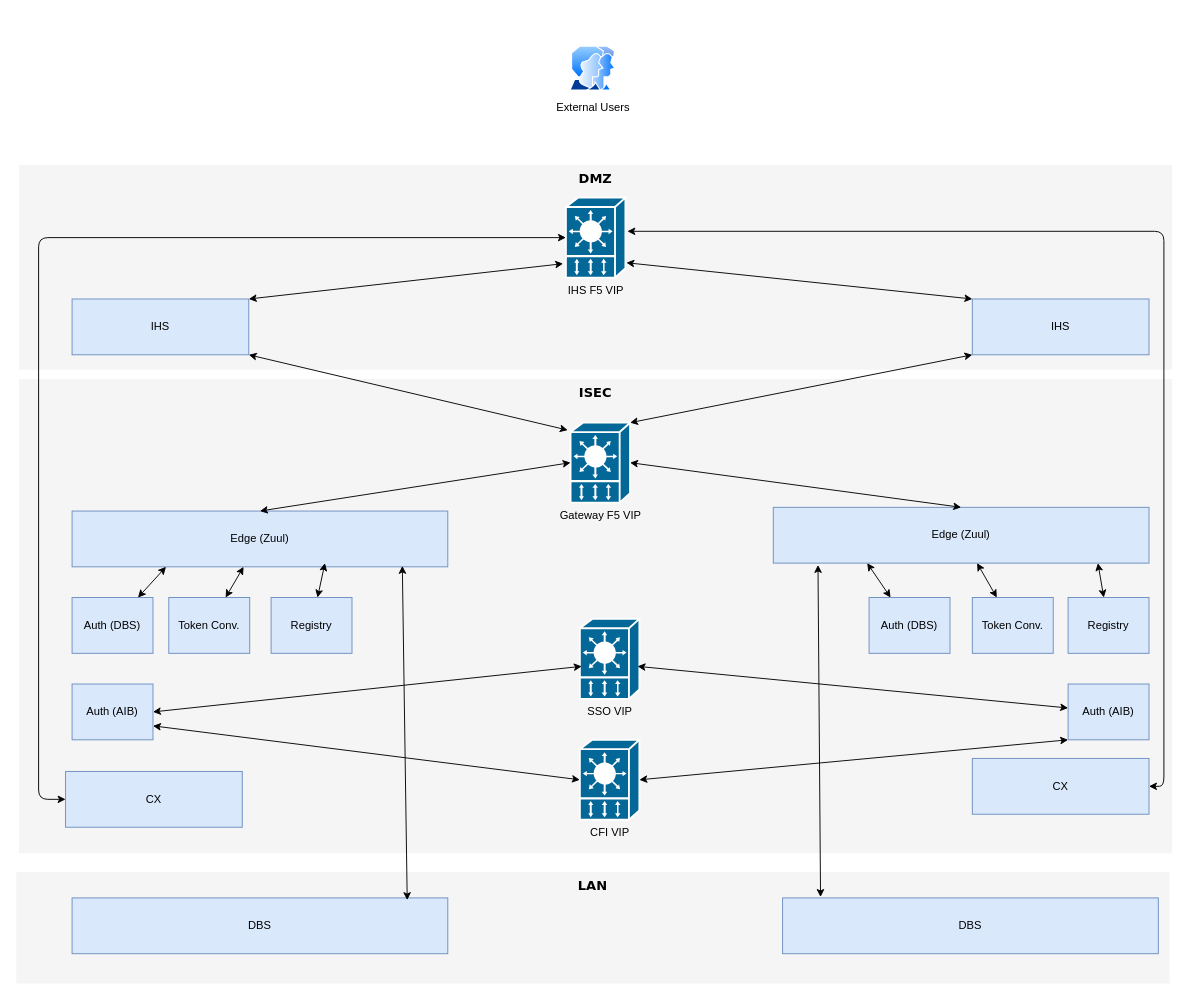
Before: src/main/resources/topology-major-release.drawio in hughrossdublin/cardsproxy, a draw.io diagram. Source tidied: cells renumbered, new cells numbered last; positions are measured from the earlier drawing's top-left corner, leaving out a move shared by most shapes. Both pictures are drawn from the tidied source at 93%, with x=0, y=0 at pixel (16, 46).
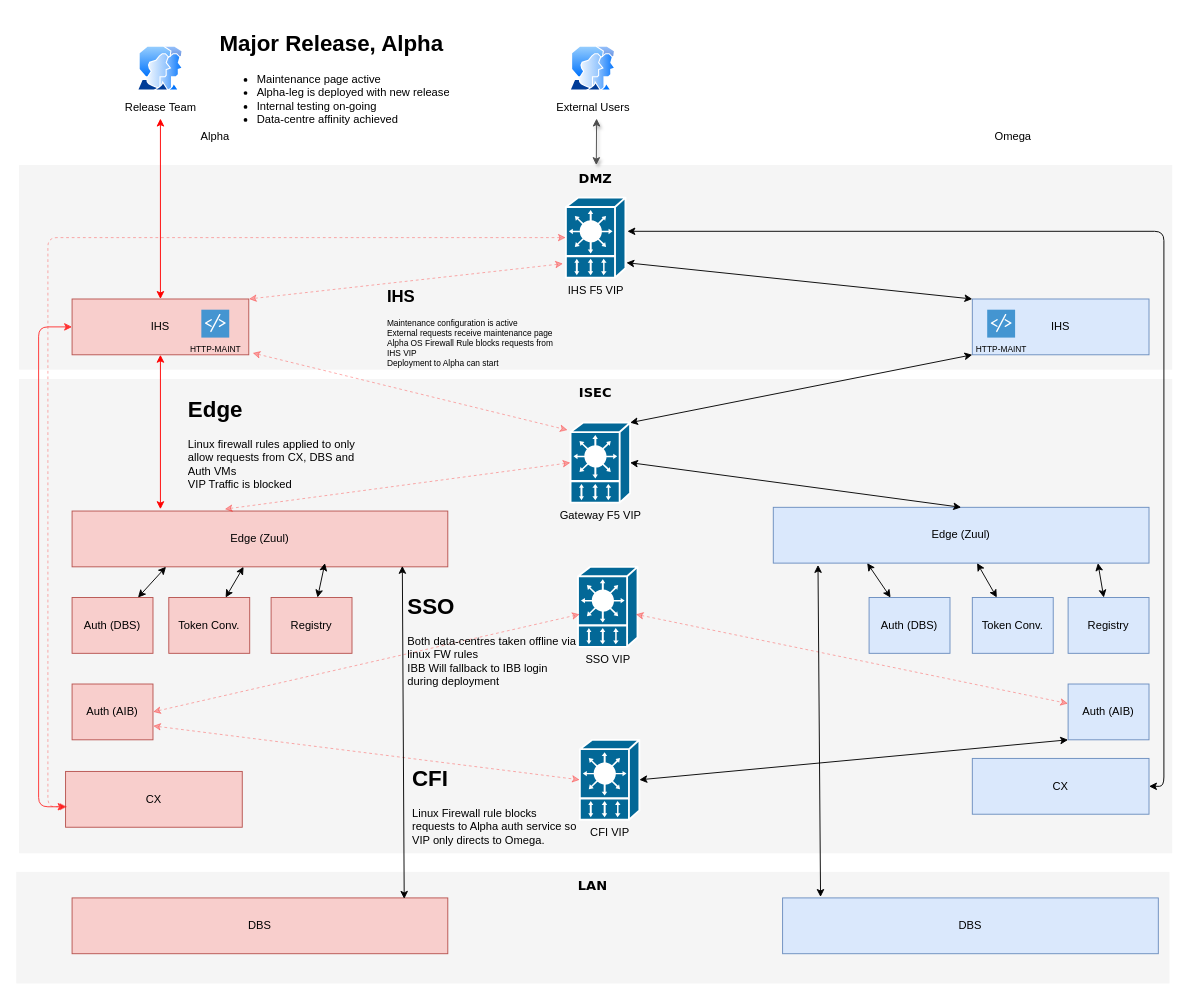
Above is the later version.

Unchanged cells that the change refers to:
```xml
<mxCell id="3" value="DMZ" style="whiteSpace=wrap;html=1;rounded=0;shadow=0;comic=0;strokeWidth=1;fontFamily=Verdana;fontSize=14;fillColor=#f5f5f5;strokeColor=none;verticalAlign=top;fontStyle=1;" parent="1" vertex="1">
  <mxGeometry x="3" y="128" width="1240" height="220" as="geometry" />
</mxCell>
<mxCell id="4" value="IHS F5 VIP" style="shape=mxgraph.cisco.misc.vip;html=1;dashed=0;fillColor=#036897;strokeColor=#ffffff;strokeWidth=2;verticalLabelPosition=bottom;verticalAlign=top;" parent="1" vertex="1">
  <mxGeometry x="591" y="163" width="64" height="86" as="geometry" />
</mxCell>
<mxCell id="11" value="Gateway F5 VIP" style="shape=mxgraph.cisco.misc.vip;html=1;dashed=0;fillColor=#036897;strokeColor=#ffffff;strokeWidth=2;verticalLabelPosition=bottom;verticalAlign=top;" parent="1" vertex="1">
  <mxGeometry x="596" y="405" width="64" height="86" as="geometry" />
</mxCell>
<mxCell id="33" value="Auth (AIB)" style="rounded=0;whiteSpace=wrap;html=1;fillColor=#dae8fc;strokeColor=#6c8ebf;" parent="1" vertex="1">
  <mxGeometry x="1131" y="686" width="87" height="60" as="geometry" />
</mxCell>
<mxCell id="37" value="CFI VIP" style="shape=mxgraph.cisco.misc.vip;html=1;dashed=0;fillColor=#036897;strokeColor=#ffffff;strokeWidth=2;verticalLabelPosition=bottom;verticalAlign=top;" parent="1" vertex="1">
  <mxGeometry x="606" y="746" width="64" height="86" as="geometry" />
</mxCell>
```

Diff of the diagram source:
```diff
@@
-    <mxCell id="6" value="IHS" style="rounded=0;whiteSpace=wrap;html=1;fillColor=#dae8fc;strokeColor=#6c8ebf;" parent="1" vertex="1">
+    <mxCell id="6" value="IHS" style="rounded=0;whiteSpace=wrap;html=1;fillColor=#f8cecc;strokeColor=#b85450;" parent="1" vertex="1">
       <mxGeometry x="60" y="272" width="190" height="60" as="geometry" />
     </mxCell>
@@
-    <mxCell id="9" value="Edge (Zuul)" style="rounded=0;whiteSpace=wrap;html=1;strokeColor=#6c8ebf;fillColor=#dae8fc;" parent="1" vertex="1">
+    <mxCell id="9" value="Edge (Zuul)" style="rounded=0;whiteSpace=wrap;html=1;strokeColor=#b85450;fillColor=#f8cecc;" parent="1" vertex="1">
       <mxGeometry x="60" y="500" width="404" height="60" as="geometry" />
     </mxCell>
@@
-    <mxCell id="12" value="CX" style="rounded=0;whiteSpace=wrap;html=1;fillColor=#dae8fc;strokeColor=#6c8ebf;" parent="1" vertex="1">
+    <mxCell id="12" value="CX" style="rounded=0;whiteSpace=wrap;html=1;fillColor=#f8cecc;strokeColor=#b85450;" parent="1" vertex="1">
       <mxGeometry x="53" y="780" width="190" height="60" as="geometry" />
     </mxCell>
@@
-    <mxCell id="14" value="Auth (DBS)" style="rounded=0;whiteSpace=wrap;html=1;fillColor=#dae8fc;strokeColor=#6c8ebf;" parent="1" vertex="1">
+    <mxCell id="14" value="Auth (DBS)" style="rounded=0;whiteSpace=wrap;html=1;fillColor=#f8cecc;strokeColor=#b85450;" parent="1" vertex="1">
       <mxGeometry x="60" y="593" width="87" height="60" as="geometry" />
     </mxCell>
@@
     <mxCell id="16" value="SSO VIP" style="shape=mxgraph.cisco.misc.vip;html=1;dashed=0;fillColor=#036897;strokeColor=#ffffff;strokeWidth=2;verticalLabelPosition=bottom;verticalAlign=top;" parent="1" vertex="1">
-      <mxGeometry x="606" y="616" width="64" height="86" as="geometry" />
+      <mxGeometry x="604" y="560" width="64" height="86" as="geometry" />
     </mxCell>
@@
-    <mxCell id="18" style="endArrow=classic;startArrow=classic;html=1;entryX=1;entryY=0;entryDx=0;entryDy=0;exitX=-0.047;exitY=0.826;exitDx=0;exitDy=0;exitPerimeter=0;" parent="1" edge="1" source="4" target="6">
+    <mxCell id="18" style="endArrow=classic;startArrow=classic;html=1;entryX=1;entryY=0;entryDx=0;entryDy=0;exitX=-0.047;exitY=0.826;exitDx=0;exitDy=0;exitPerimeter=0;shadow=0;dashed=1;strokeColor=#FF0000;opacity=35;" parent="1" edge="1" source="4" target="6">
       <mxGeometry relative="1" as="geometry" />
     </mxCell>
-    <mxCell id="19" style="endArrow=classic;startArrow=classic;html=1;entryX=1;entryY=1;entryDx=0;entryDy=0;exitX=-0.047;exitY=0.093;exitDx=0;exitDy=0;exitPerimeter=0;" parent="1" edge="1" source="11" target="6">
-      <mxGeometry relative="1" as="geometry" />
-    </mxCell>
@@
-    <mxCell id="21" style="endArrow=classic;startArrow=classic;html=1;entryX=0;entryY=0.5;entryDx=0;entryDy=0;entryPerimeter=0;exitX=0.5;exitY=0;exitDx=0;exitDy=0;" parent="1" edge="1" source="9" target="11">
-      <mxGeometry relative="1" as="geometry" />
-    </mxCell>
@@
-    <mxCell id="24" value="Token Conv." style="rounded=0;whiteSpace=wrap;html=1;fillColor=#dae8fc;strokeColor=#6c8ebf;" parent="1" vertex="1">
+    <mxCell id="24" value="Token Conv." style="rounded=0;whiteSpace=wrap;html=1;fillColor=#f8cecc;strokeColor=#b85450;" parent="1" vertex="1">
       <mxGeometry x="164" y="593" width="87" height="60" as="geometry" />
     </mxCell>
@@
-    <mxCell id="26" value="Registry" style="rounded=0;whiteSpace=wrap;html=1;fillColor=#dae8fc;strokeColor=#6c8ebf;" parent="1" vertex="1">
+    <mxCell id="26" value="Registry" style="rounded=0;whiteSpace=wrap;html=1;fillColor=#f8cecc;strokeColor=#b85450;" parent="1" vertex="1">
       <mxGeometry x="274" y="593" width="87" height="60" as="geometry" />
     </mxCell>
@@
-    <mxCell id="34" value="Auth (AIB)" style="rounded=0;whiteSpace=wrap;html=1;fillColor=#dae8fc;strokeColor=#6c8ebf;" parent="1" vertex="1">
+    <mxCell id="34" value="Auth (AIB)" style="rounded=0;whiteSpace=wrap;html=1;fillColor=#f8cecc;strokeColor=#b85450;" parent="1" vertex="1">
       <mxGeometry x="60" y="686" width="87" height="60" as="geometry" />
     </mxCell>
-    <mxCell id="35" style="endArrow=classic;startArrow=classic;html=1;exitX=1;exitY=0.5;exitDx=0;exitDy=0;entryX=0.031;entryY=0.593;entryDx=0;entryDy=0;entryPerimeter=0;" parent="1" edge="1" source="34" target="16">
+    <mxCell id="35" style="endArrow=classic;startArrow=classic;html=1;exitX=1;exitY=0.5;exitDx=0;exitDy=0;entryX=0.031;entryY=0.593;entryDx=0;entryDy=0;entryPerimeter=0;shadow=0;dashed=1;strokeColor=#FF0000;opacity=35;" parent="1" edge="1" source="34" target="16">
       <mxGeometry relative="1" as="geometry" />
     </mxCell>
-    <mxCell id="36" style="endArrow=classic;startArrow=classic;html=1;exitX=0.969;exitY=0.593;exitDx=0;exitDy=0;exitPerimeter=0;" parent="1" edge="1" source="16" target="33">
+    <mxCell id="36" style="endArrow=classic;startArrow=classic;html=1;exitX=0.969;exitY=0.593;exitDx=0;exitDy=0;exitPerimeter=0;shadow=0;dashed=1;strokeColor=#FF0000;opacity=35;" parent="1" edge="1" source="16" target="33">
       <mxGeometry relative="1" as="geometry" />
     </mxCell>
@@
-    <mxCell id="38" style="endArrow=classic;startArrow=classic;html=1;exitX=0;exitY=0.5;exitDx=0;exitDy=0;edgeStyle=orthogonalEdgeStyle;entryX=0;entryY=0.5;entryDx=0;entryDy=0;entryPerimeter=0;" parent="1" edge="1" source="12" target="4">
-      <mxGeometry relative="1" as="geometry">
-        <Array as="points">
-          <mxPoint x="24" y="810" />
-          <mxPoint x="24" y="206" />
-        </Array>
-      </mxGeometry>
-    </mxCell>
@@
-    <mxCell id="40" style="endArrow=classic;startArrow=classic;html=1;exitX=1;exitY=0.75;exitDx=0;exitDy=0;entryX=0;entryY=0.5;entryDx=0;entryDy=0;entryPerimeter=0;" parent="1" edge="1" source="34" target="37">
+    <mxCell id="40" style="endArrow=classic;startArrow=classic;html=1;exitX=1;exitY=0.75;exitDx=0;exitDy=0;entryX=0;entryY=0.5;entryDx=0;entryDy=0;entryPerimeter=0;shadow=0;dashed=1;strokeColor=#FF0000;opacity=35;" parent="1" edge="1" source="34" target="37">
       <mxGeometry relative="1" as="geometry" />
     </mxCell>
-    <mxCell id="41" value="DBS" style="rounded=0;whiteSpace=wrap;html=1;fillColor=#dae8fc;strokeColor=#6c8ebf;" parent="1" vertex="1">
+    <mxCell id="41" value="DBS" style="rounded=0;whiteSpace=wrap;html=1;fillColor=#f8cecc;strokeColor=#b85450;" parent="1" vertex="1">
       <mxGeometry x="60" y="916" width="404" height="60" as="geometry" />
     </mxCell>
@@
-    <mxCell id="44" style="endArrow=classic;startArrow=classic;html=1;entryX=0.879;entryY=0.983;entryDx=0;entryDy=0;entryPerimeter=0;exitX=0.892;exitY=0.039;exitDx=0;exitDy=0;exitPerimeter=0;" parent="1" edge="1" source="41" target="9">
+    <mxCell id="44" style="endArrow=classic;startArrow=classic;html=1;entryX=0.879;entryY=0.983;entryDx=0;entryDy=0;entryPerimeter=0;exitX=0.884;exitY=0.017;exitDx=0;exitDy=0;exitPerimeter=0;" parent="1" edge="1" source="41" target="9">
       <mxGeometry relative="1" as="geometry" />
     </mxCell>
@@
+    <mxCell id="46" style="endArrow=classic;startArrow=classic;html=1;entryX=0.5;entryY=1;entryDx=0;entryDy=0;strokeColor=#FF0000;" parent="1" edge="1" target="6">
+      <mxGeometry relative="1" as="geometry">
+        <mxPoint x="155" y="498" as="sourcePoint" />
+      </mxGeometry>
+    </mxCell>
+    <mxCell id="47" style="endArrow=classic;startArrow=classic;html=1;exitX=0;exitY=0.5;exitDx=0;exitDy=0;edgeStyle=orthogonalEdgeStyle;strokeColor=#FF3333;" parent="1" edge="1" source="6">
+      <mxGeometry relative="1" as="geometry">
+        <mxPoint x="53" y="818" as="targetPoint" />
+        <Array as="points">
+          <mxPoint x="24" y="302" />
+          <mxPoint x="24" y="818" />
+          <mxPoint x="53" y="818" />
+        </Array>
+      </mxGeometry>
+    </mxCell>
+    <mxCell id="48" value="&lt;h1&gt;&lt;span&gt;Major Release, Alpha&lt;/span&gt;&lt;br&gt;&lt;/h1&gt;&lt;div&gt;&lt;ul&gt;&lt;li&gt;Maintenance page active&lt;/li&gt;&lt;li&gt;Alpha-leg is deployed with new release&lt;/li&gt;&lt;li&gt;Internal testing on-going&lt;/li&gt;&lt;li&gt;Data-centre affinity achieved&lt;/li&gt;&lt;/ul&gt;&lt;/div&gt;" style="text;html=1;strokeColor=none;fillColor=none;spacing=5;spacingTop=-20;whiteSpace=wrap;overflow=hidden;rounded=0;" parent="1" vertex="1">
+      <mxGeometry x="214" y="-22" width="300" height="120" as="geometry" />
+    </mxCell>
+    <mxCell id="49" value="Alpha" style="text;html=1;strokeColor=none;fillColor=none;align=center;verticalAlign=middle;whiteSpace=wrap;rounded=0;" parent="1" vertex="1">
+      <mxGeometry x="194" y="88" width="40" height="20" as="geometry" />
+    </mxCell>
+    <mxCell id="50" value="Omega" style="text;html=1;strokeColor=none;fillColor=none;align=center;verticalAlign=middle;whiteSpace=wrap;rounded=0;" parent="1" vertex="1">
+      <mxGeometry x="1051.5" y="88" width="40" height="20" as="geometry" />
+    </mxCell>
+    <mxCell id="51" value="Release Team" style="perimeter=ellipsePerimeter;html=1;align=center;shadow=0;dashed=0;spacingTop=3;image;image=img/lib/active_directory/user_accounts.svg;" parent="1" vertex="1">
+      <mxGeometry x="130" width="50" height="48.5" as="geometry" />
+    </mxCell>
+    <mxCell id="52" style="endArrow=classic;startArrow=classic;html=1;strokeColor=#4D4D4D;shadow=1;" parent="1" edge="1" source="3">
+      <mxGeometry relative="1" as="geometry">
+        <mxPoint x="624" y="78" as="targetPoint" />
+      </mxGeometry>
+    </mxCell>
+    <mxCell id="53" style="endArrow=classic;startArrow=classic;html=1;strokeColor=#FF0000;exitX=0.5;exitY=0;exitDx=0;exitDy=0;rounded=1;" parent="1" edge="1" source="6">
+      <mxGeometry relative="1" as="geometry">
+        <mxPoint x="155" y="78" as="targetPoint" />
+      </mxGeometry>
+    </mxCell>
+    <mxCell id="54" style="endArrow=classic;startArrow=classic;html=1;shadow=0;strokeColor=#FF0000;entryX=-0.047;entryY=0.093;entryDx=0;entryDy=0;entryPerimeter=0;dashed=1;opacity=35;" parent="1" edge="1" target="11">
+      <mxGeometry relative="1" as="geometry">
+        <mxPoint x="254" y="330" as="sourcePoint" />
+      </mxGeometry>
+    </mxCell>
+    <mxCell id="55" style="endArrow=classic;startArrow=classic;html=1;shadow=0;dashed=1;strokeColor=#FF0000;entryX=0.011;entryY=0.633;entryDx=0;entryDy=0;entryPerimeter=0;exitX=0;exitY=0.5;exitDx=0;exitDy=0;exitPerimeter=0;edgeStyle=elbowEdgeStyle;opacity=35;comic=0;" parent="1" edge="1" source="4" target="12">
+      <mxGeometry relative="1" as="geometry">
+        <Array as="points">
+          <mxPoint x="34" y="508" />
+        </Array>
+      </mxGeometry>
+    </mxCell>
+    <mxCell id="56" style="endArrow=classic;startArrow=classic;html=1;entryX=0;entryY=0.5;entryDx=0;entryDy=0;entryPerimeter=0;shadow=0;dashed=1;strokeColor=#FF0000;opacity=35;" parent="1" edge="1" target="11">
+      <mxGeometry relative="1" as="geometry">
+        <mxPoint x="224" y="498" as="sourcePoint" />
+      </mxGeometry>
+    </mxCell>
+    <mxCell id="57" value="&lt;h1&gt;SSO&lt;/h1&gt;&lt;p&gt;Both data-centres taken offline via linux FW rules&lt;br&gt;IBB Will fallback to IBB login during deployment&lt;/p&gt;" style="text;html=1;strokeColor=none;fillColor=none;spacing=5;spacingTop=-20;whiteSpace=wrap;overflow=hidden;rounded=0;" parent="1" vertex="1">
+      <mxGeometry x="416" y="583" width="190" height="120" as="geometry" />
+    </mxCell>
+    <mxCell id="58" value="HTTP-MAINT" style="shadow=0;dashed=0;html=1;strokeColor=none;fillColor=#4495D1;labelPosition=center;verticalLabelPosition=bottom;verticalAlign=top;align=center;shape=mxgraph.veeam.script;fontSize=9;" parent="1" vertex="1">
+      <mxGeometry x="1044" y="283.5" width="30" height="30" as="geometry" />
+    </mxCell>
+    <mxCell id="59" value="HTTP-MAINT" style="shadow=0;dashed=0;html=1;strokeColor=none;fillColor=#4495D1;labelPosition=center;verticalLabelPosition=bottom;verticalAlign=top;align=center;shape=mxgraph.veeam.script;fontSize=9;" parent="1" vertex="1">
+      <mxGeometry x="199" y="283.5" width="30" height="30" as="geometry" />
+    </mxCell>
+    <mxCell id="60" value="&lt;h1&gt;CFI&lt;/h1&gt;&lt;p&gt;Linux Firewall rule blocks requests to Alpha auth service so VIP only directs to Omega.&lt;/p&gt;" style="text;html=1;strokeColor=none;fillColor=none;spacing=5;spacingTop=-20;whiteSpace=wrap;overflow=hidden;rounded=0;" parent="1" vertex="1">
+      <mxGeometry x="421" y="768" width="190" height="120" as="geometry" />
+    </mxCell>
+    <mxCell id="61" value="&lt;h1&gt;IHS&lt;/h1&gt;&lt;p&gt;Maintenance configuration is active&lt;br&gt;External requests receive maintenance page&lt;br&gt;&lt;span&gt;Alpha OS Firewall Rule blocks requests from IHS VIP&lt;br&gt;Deployment to Alpha can start&lt;/span&gt;&lt;/p&gt;" style="text;html=1;strokeColor=none;fillColor=none;spacing=5;spacingTop=-20;whiteSpace=wrap;overflow=hidden;rounded=0;fontSize=9;" parent="1" vertex="1">
+      <mxGeometry x="394" y="258" width="190" height="116" as="geometry" />
+    </mxCell>
+    <mxCell id="62" value="&lt;h1&gt;Edge&lt;/h1&gt;&lt;p&gt;Linux firewall rules applied to only allow requests from CX, DBS and Auth VMs&lt;br&gt;VIP Traffic is blocked&lt;/p&gt;" style="text;html=1;strokeColor=none;fillColor=none;spacing=5;spacingTop=-20;whiteSpace=wrap;overflow=hidden;rounded=0;" parent="1" vertex="1">
+      <mxGeometry x="180" y="371" width="190" height="120" as="geometry" />
+    </mxCell>
```
